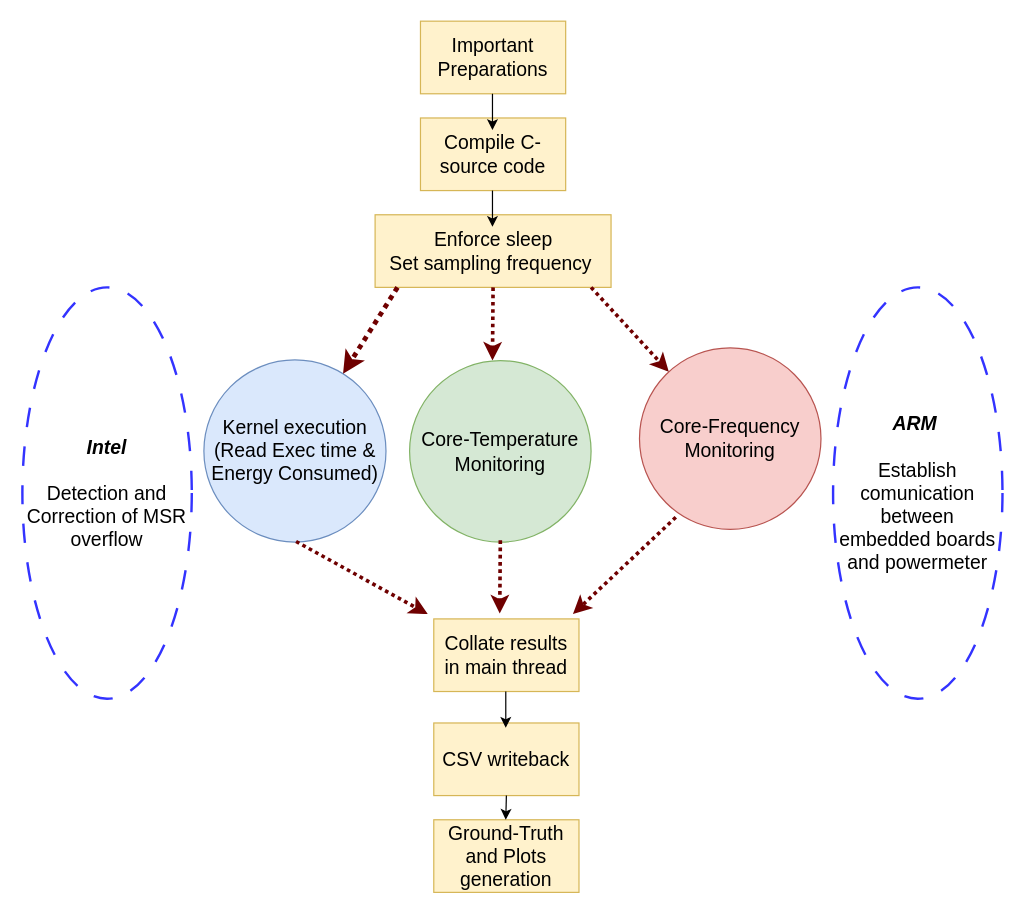
The draw.io diagram DVFS_experiments_framework_schema.drawio in ShikharJain97/MTP, before the edit. Source tidied: cells renumbered, new cells numbered last; positions are measured from the earlier drawing's top-left corner, leaving out a move shared by most shapes. Both pictures are drawn from the tidied source at 121%, with x=0, y=0 at pixel (22, 21).
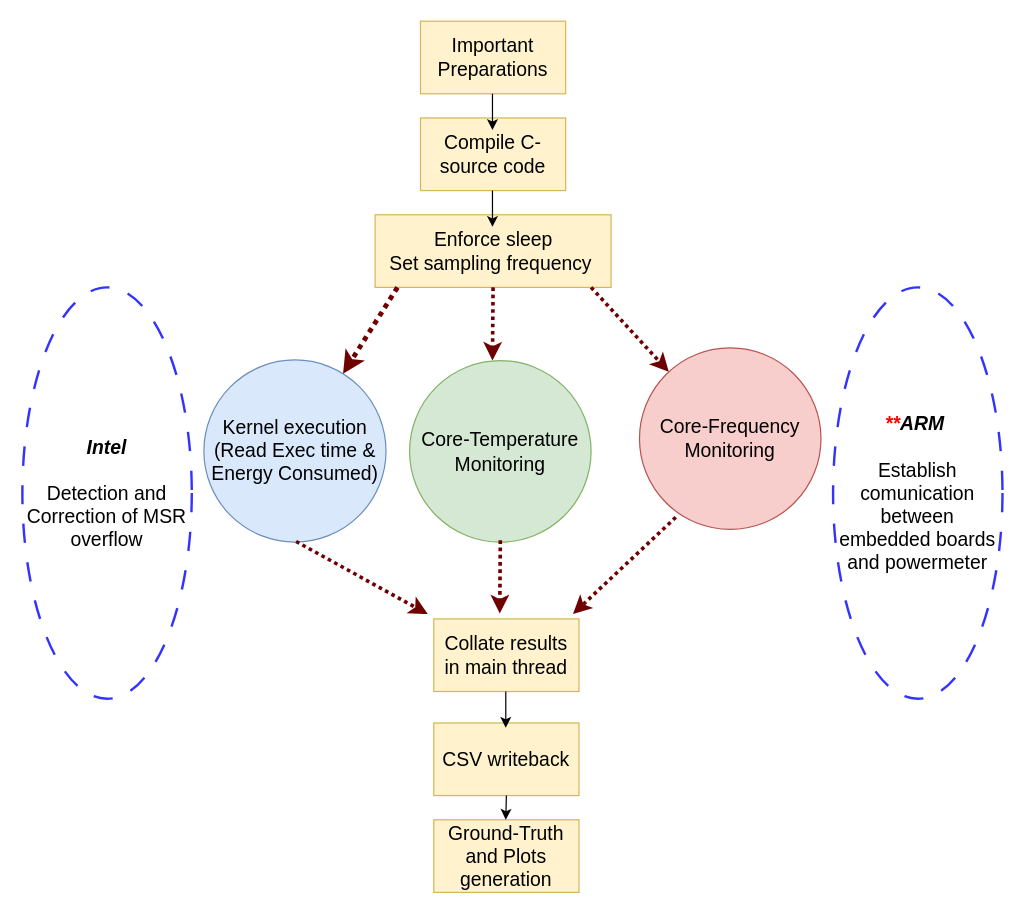
Above is the later version.

Change to the diagram source:
```diff
@@
-    <mxCell id="2" value="&lt;font style=&quot;font-size: 16px;&quot;&gt;&lt;b&gt;&lt;i&gt;ARM&lt;/i&gt;&lt;/b&gt;&amp;nbsp;&lt;br&gt;&lt;br&gt;Establish comunication between embedded boards and powermeter&lt;/font&gt;" style="ellipse;whiteSpace=wrap;html=1;dashed=1;dashPattern=8 8;strokeColor=#3333FF;strokeWidth=2;" parent="1" vertex="1">
+    <mxCell id="2" value="&lt;font style=&quot;font-size: 16px;&quot;&gt;&lt;b&gt;&lt;i&gt;&lt;font color=&quot;#ff0000&quot;&gt;**&lt;/font&gt;ARM&lt;/i&gt;&lt;/b&gt;&amp;nbsp;&lt;br&gt;&lt;br&gt;Establish comunication between embedded boards and powermeter&lt;/font&gt;" style="ellipse;whiteSpace=wrap;html=1;dashed=1;dashPattern=8 8;strokeColor=#3333FF;strokeWidth=2;" parent="1" vertex="1">
       <mxGeometry x="670" y="220" width="140" height="340" as="geometry" />
     </mxCell>
```
